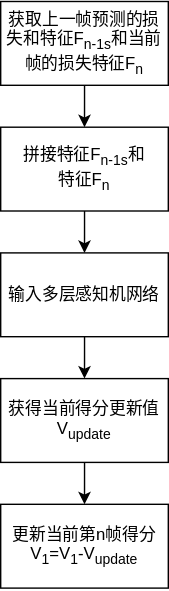
The draw.io diagram 当前得分更新模块.drawio.svg in hrf666666/FlowCharts, before a commit. Source tidied: cells renumbered, new cells last; positions are measured from the earlier drawing's top-left corner, leaving out a move shared by most shapes. Its diagram source:
```xml
<mxGraphModel>
  <root>
    <mxCell id="0" />
    <mxCell id="1" parent="0" />
    <mxCell id="2" style="edgeStyle=orthogonalEdgeStyle;rounded=0;jettySize=auto;html=1;entryX=0.5;entryY=0;entryDx=0;entryDy=0;" parent="1" edge="1" source="3" target="5">
      <mxGeometry relative="1" as="geometry" />
    </mxCell>
    <mxCell id="3" value="获取上一帧预测的损失和特征F&lt;sub&gt;n-1s&lt;/sub&gt;和当前帧的损失特征F&lt;sub&gt;n&lt;/sub&gt;" style="rounded=0;whiteSpace=wrap;html=1;" parent="1" vertex="1">
      <mxGeometry width="120" height="60" as="geometry" />
    </mxCell>
    <mxCell id="4" style="edgeStyle=orthogonalEdgeStyle;rounded=0;jettySize=auto;html=1;entryX=0.5;entryY=0;entryDx=0;entryDy=0;" parent="1" edge="1" source="5" target="7">
      <mxGeometry relative="1" as="geometry" />
    </mxCell>
    <mxCell id="5" value="拼接特征F&lt;sub style=&quot;border-color: var(--border-color);&quot;&gt;n-1s&lt;/sub&gt;和&lt;br&gt;特征F&lt;sub style=&quot;border-color: var(--border-color);&quot;&gt;n&lt;/sub&gt;" style="rounded=0;whiteSpace=wrap;html=1;" parent="1" vertex="1">
      <mxGeometry y="90" width="120" height="60" as="geometry" />
    </mxCell>
    <mxCell id="6" style="edgeStyle=orthogonalEdgeStyle;rounded=0;jettySize=auto;html=1;entryX=0.5;entryY=0;entryDx=0;entryDy=0;" parent="1" edge="1" source="7" target="9">
      <mxGeometry relative="1" as="geometry" />
    </mxCell>
    <mxCell id="7" value="输入多层感知机网络" style="rounded=0;whiteSpace=wrap;html=1;" parent="1" vertex="1">
      <mxGeometry y="180" width="120" height="60" as="geometry" />
    </mxCell>
    <mxCell id="8" style="edgeStyle=orthogonalEdgeStyle;rounded=0;jettySize=auto;html=1;entryX=0.5;entryY=0;entryDx=0;entryDy=0;" parent="1" edge="1" source="9" target="10">
      <mxGeometry relative="1" as="geometry" />
    </mxCell>
    <mxCell id="9" value="获得当前得分更新值V&lt;sub&gt;update&lt;/sub&gt;" style="rounded=0;whiteSpace=wrap;html=1;" parent="1" vertex="1">
      <mxGeometry y="270" width="120" height="60" as="geometry" />
    </mxCell>
    <mxCell id="10" value="更新当前第n帧得分V&lt;sub&gt;1&lt;/sub&gt;=V&lt;sub&gt;1&lt;/sub&gt;-V&lt;sub&gt;update&lt;/sub&gt;" style="rounded=0;whiteSpace=wrap;html=1;" parent="1" vertex="1">
      <mxGeometry y="360" width="120" height="60" as="geometry" />
    </mxCell>
  </root>
</mxGraphModel>
```
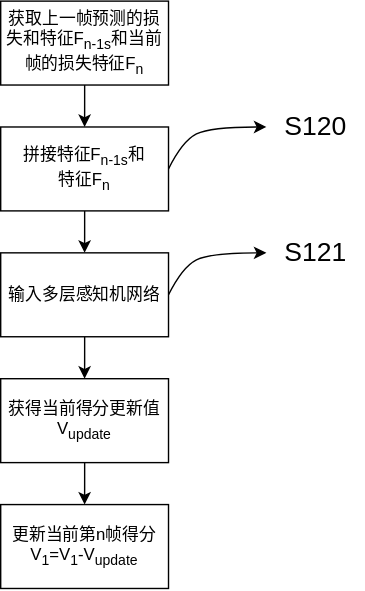
Above is the later version.

Commit message:
更新当前得分更新模块.drawio.svg

Diff of the diagram source:
```diff
@@ -29,5 +29,31 @@
     <mxCell id="10" value="更新当前第n帧得分V&lt;sub&gt;1&lt;/sub&gt;=V&lt;sub&gt;1&lt;/sub&gt;-V&lt;sub&gt;update&lt;/sub&gt;" style="rounded=0;whiteSpace=wrap;html=1;" parent="1" vertex="1">
       <mxGeometry y="360" width="120" height="60" as="geometry" />
     </mxCell>
+    <mxCell id="11" style="curved=1;endArrow=classic;html=1;rounded=0;" parent="1" edge="1">
+      <mxGeometry relative="1" as="geometry">
+        <mxPoint x="120" y="120" as="sourcePoint" />
+        <mxPoint x="190" y="90" as="targetPoint" />
+        <Array as="points">
+          <mxPoint x="130" y="100" />
+          <mxPoint x="150" y="90" />
+        </Array>
+      </mxGeometry>
+    </mxCell>
+    <mxCell id="12" style="curved=1;endArrow=classic;html=1;rounded=0;" parent="1" edge="1">
+      <mxGeometry relative="1" as="geometry">
+        <mxPoint x="120" y="210" as="sourcePoint" />
+        <mxPoint x="190" y="180" as="targetPoint" />
+        <Array as="points">
+          <mxPoint x="130" y="190" />
+          <mxPoint x="150" y="180" />
+        </Array>
+      </mxGeometry>
+    </mxCell>
+    <mxCell id="13" value="S120" style="text;html=1;align=center;verticalAlign=middle;strokeColor=none;fillColor=none;fontSize=19;" parent="1" vertex="1">
+      <mxGeometry x="190" y="70" width="70" height="40" as="geometry" />
+    </mxCell>
+    <mxCell id="14" value="S121" style="text;html=1;align=center;verticalAlign=middle;strokeColor=none;fillColor=none;fontSize=19;" parent="1" vertex="1">
+      <mxGeometry x="190" y="160" width="70" height="40" as="geometry" />
+    </mxCell>
   </root>
 </mxGraphModel>
```
